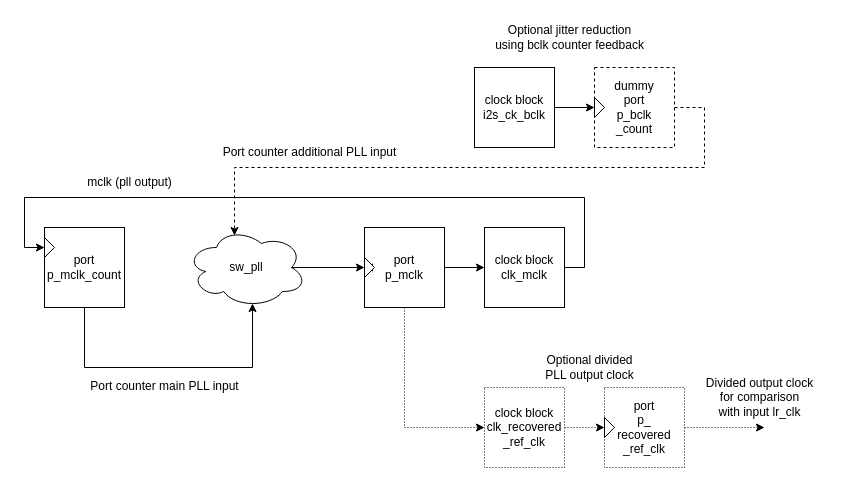
This is doc/diagram_source/resource_setup_sw_pll_i2s_slave_example.drawio from xmos/lib_sw_pll, a draw.io file, before an edit. Source tidied: cells renumbered, new cells numbered last; positions are measured from the earlier drawing's top-left corner, leaving out a move shared by most shapes. Both pictures are drawn from the tidied source at 100%, with x=0, y=0 at pixel (24, 17).
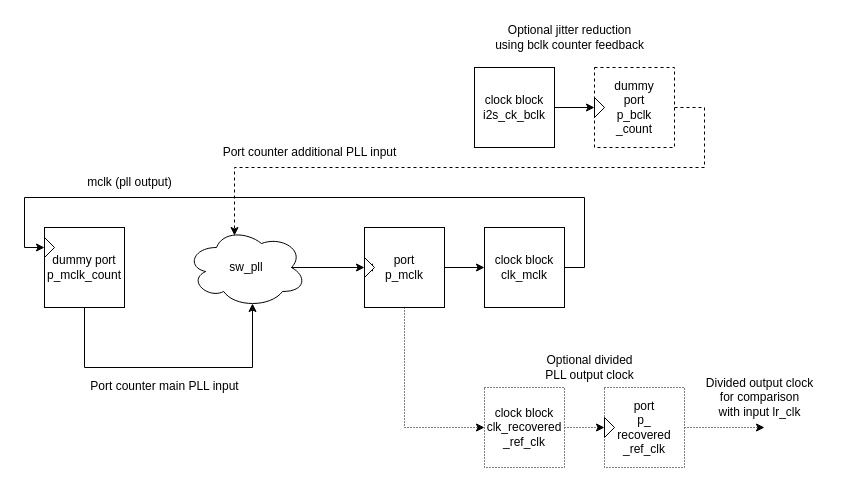
After the change.

Change to the diagram source:
```diff
@@
-    <mxCell id="18" value="port&lt;br&gt;p_mclk_count" style="whiteSpace=wrap;html=1;" parent="1" vertex="1">
+    <mxCell id="18" value="dummy port&lt;br&gt;p_mclk_count" style="whiteSpace=wrap;html=1;" parent="1" vertex="1">
       <mxGeometry x="20" y="210" width="80" height="80" as="geometry" />
     </mxCell>
```
